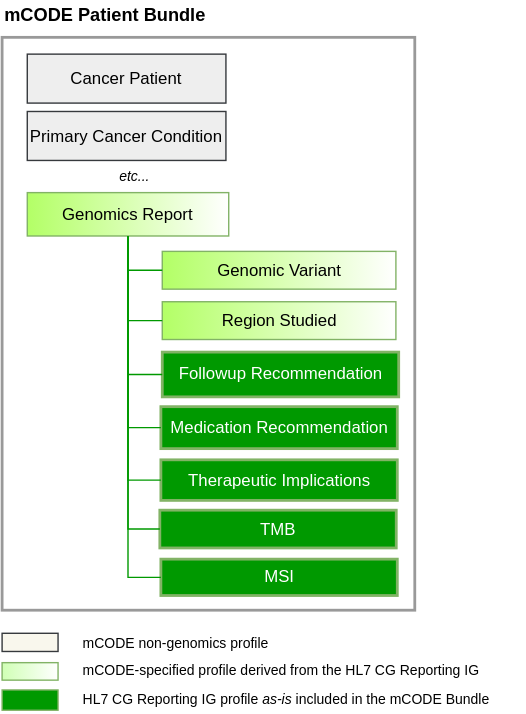
The draw.io diagram input/images/mcode-cg-overlap.svg in HL7/fhir-mCODE-ig, before a commit. Source tidied: cells renumbered, new cells last; positions are measured from the earlier drawing's top-left corner, leaving out a move shared by most shapes. The source it was exported from:
```xml
<mxGraphModel>
  <root>
    <mxCell id="0" />
    <mxCell id="1" parent="0" />
    <mxCell id="2" style="rounded=0;whiteSpace=wrap;html=1;strokeWidth=2;fontSize=10;fontColor=#FFFFFF;align=left;fillColor=none;strokeColor=#999999;" parent="1" vertex="1">
      <mxGeometry y="26" width="295" height="409.5" as="geometry" />
    </mxCell>
    <mxCell id="3" value="Genomic Variant" style="rounded=0;whiteSpace=wrap;html=1;strokeColor=#82b366;gradientDirection=east;fillColor=#B3FF66;gradientColor=#FFFFFF;" parent="1" vertex="1">
      <mxGeometry x="114.5" y="179" width="167" height="27" as="geometry" />
    </mxCell>
    <mxCell id="4" value="Medication Recommendation" style="rounded=0;whiteSpace=wrap;html=1;strokeColor=#82b366;strokeWidth=2;gradientDirection=east;fontColor=#FFFFFF;fillColor=#009900;" parent="1" vertex="1">
      <mxGeometry x="113.5" y="290" width="169" height="30" as="geometry" />
    </mxCell>
    <mxCell id="5" style="edgeStyle=orthogonalEdgeStyle;rounded=0;jettySize=auto;html=1;entryX=0;entryY=0.5;entryDx=0;entryDy=0;endArrow=none;endFill=0;strokeWidth=1;fontSize=15;jumpStyle=arc;fontColor=#00994D;fillColor=#fa6800;strokeColor=#009900;" parent="1" edge="1" source="7" target="3">
      <mxGeometry relative="1" as="geometry" />
    </mxCell>
    <mxCell id="6" style="edgeStyle=orthogonalEdgeStyle;rounded=0;jettySize=auto;html=1;entryX=0;entryY=0.5;entryDx=0;entryDy=0;endArrow=none;endFill=0;strokeWidth=1;fontSize=15;jumpStyle=arc;fillColor=#fa6800;strokeColor=#009900;" parent="1" edge="1" source="7" target="4">
      <mxGeometry relative="1" as="geometry" />
    </mxCell>
    <mxCell id="7" value="Genomics Report" style="rounded=0;whiteSpace=wrap;html=1;strokeColor=#82b366;gradientDirection=east;gradientColor=#FFFFFF;fillColor=#B3FF66;" parent="1" vertex="1">
      <mxGeometry x="18" y="137" width="144" height="31" as="geometry" />
    </mxCell>
    <mxCell id="8" value="TMB" style="rounded=0;whiteSpace=wrap;html=1;strokeColor=#82b366;strokeWidth=2;fontColor=#FFFFFF;fillColor=#009900;" parent="1" vertex="1">
      <mxGeometry x="112.8" y="364" width="169" height="27" as="geometry" />
    </mxCell>
    <mxCell id="9" style="rounded=0;whiteSpace=wrap;html=1;strokeColor=#82b366;gradientDirection=east;fillColor=#D0FFB5;gradientColor=#FFFFFF;" parent="1" vertex="1">
      <mxGeometry y="473" width="40" height="12.5" as="geometry" />
    </mxCell>
    <mxCell id="10" style="rounded=0;whiteSpace=wrap;html=1;strokeColor=#82b366;strokeWidth=1;gradientDirection=east;fillColor=#009900;" parent="1" vertex="1">
      <mxGeometry y="492.5" width="40" height="14.5" as="geometry" />
    </mxCell>
    <mxCell id="11" value="mCODE-specified profile derived from the HL7 CG Reporting IG" style="text;html=1;strokeColor=none;fillColor=none;align=left;verticalAlign=middle;whiteSpace=wrap;rounded=0;dashed=1;fontSize=10;" parent="1" vertex="1">
      <mxGeometry x="56" y="468" width="292" height="20" as="geometry" />
    </mxCell>
    <mxCell id="12" value="HL7 CG Reporting IG profile &lt;i&gt;as-is&lt;/i&gt; included in the mCODE Bundle" style="text;html=1;strokeColor=none;fillColor=none;align=left;verticalAlign=middle;whiteSpace=wrap;rounded=0;dashed=1;fontSize=10;" parent="1" vertex="1">
      <mxGeometry x="56" y="489" width="298" height="20" as="geometry" />
    </mxCell>
    <mxCell id="13" value="MSI" style="rounded=0;whiteSpace=wrap;html=1;strokeColor=#82b366;strokeWidth=2;fontColor=#FFFFFF;fillColor=#009900;" parent="1" vertex="1">
      <mxGeometry x="113.5" y="399" width="169" height="26" as="geometry" />
    </mxCell>
    <mxCell id="14" style="edgeStyle=orthogonalEdgeStyle;rounded=0;jettySize=auto;html=1;entryX=0;entryY=0.5;entryDx=0;entryDy=0;endArrow=none;endFill=0;strokeWidth=1;fontSize=15;jumpStyle=arc;exitX=0.5;exitY=1;exitDx=0;exitDy=0;fontColor=#00994D;fillColor=#fa6800;strokeColor=#009900;" parent="1" edge="1" source="7" target="8">
      <mxGeometry relative="1" as="geometry" />
    </mxCell>
    <mxCell id="15" style="edgeStyle=orthogonalEdgeStyle;rounded=0;jettySize=auto;html=1;entryX=0;entryY=0.5;entryDx=0;entryDy=0;endArrow=none;endFill=0;strokeWidth=1;fontSize=15;jumpStyle=arc;exitX=0.5;exitY=1;exitDx=0;exitDy=0;fontColor=#00994D;fillColor=#fa6800;strokeColor=#009900;" parent="1" edge="1" source="7" target="13">
      <mxGeometry relative="1" as="geometry" />
    </mxCell>
    <mxCell id="16" value="Region Studied" style="rounded=0;whiteSpace=wrap;html=1;strokeColor=#82b366;gradientDirection=east;gradientColor=#FFFFFF;fillColor=#B3FF66;" parent="1" vertex="1">
      <mxGeometry x="114.5" y="215" width="167" height="27" as="geometry" />
    </mxCell>
    <mxCell id="17" style="edgeStyle=orthogonalEdgeStyle;rounded=0;jettySize=auto;html=1;entryX=0;entryY=0.5;entryDx=0;entryDy=0;endArrow=none;endFill=0;strokeWidth=1;fontSize=15;jumpStyle=arc;fontColor=#00994D;fillColor=#fa6800;strokeColor=#009900;exitX=0.5;exitY=1;exitDx=0;exitDy=0;" parent="1" edge="1" source="7" target="16">
      <mxGeometry relative="1" as="geometry" />
    </mxCell>
    <mxCell id="18" value="Therapeutic Implications" style="rounded=0;whiteSpace=wrap;html=1;strokeColor=#82b366;strokeWidth=2;fontColor=#FFFFFF;fillColor=#009900;" parent="1" vertex="1">
      <mxGeometry x="113.5" y="328" width="169" height="29" as="geometry" />
    </mxCell>
    <mxCell id="19" style="edgeStyle=orthogonalEdgeStyle;rounded=0;jettySize=auto;html=1;entryX=0;entryY=0.5;entryDx=0;entryDy=0;endArrow=none;endFill=0;strokeWidth=1;fontSize=15;jumpStyle=arc;fillColor=#fa6800;strokeColor=#009900;exitX=0.5;exitY=1;exitDx=0;exitDy=0;" parent="1" edge="1" source="7" target="18">
      <mxGeometry relative="1" as="geometry" />
    </mxCell>
    <mxCell id="20" value="Cancer Patient" style="rounded=0;whiteSpace=wrap;html=1;strokeColor=#36393d;gradientDirection=east;fillColor=#eeeeee;" parent="1" vertex="1">
      <mxGeometry x="18" y="38" width="142" height="35" as="geometry" />
    </mxCell>
    <mxCell id="21" value="Primary Cancer Condition" style="rounded=0;whiteSpace=wrap;html=1;strokeColor=#36393d;gradientDirection=east;fillColor=#eeeeee;" parent="1" vertex="1">
      <mxGeometry x="18" y="79" width="142" height="35" as="geometry" />
    </mxCell>
    <mxCell id="22" value="etc..." style="text;html=1;strokeColor=none;fillColor=none;align=center;verticalAlign=middle;whiteSpace=wrap;rounded=0;fontSize=10;fontColor=#000000;fontStyle=2;" parent="1" vertex="1">
      <mxGeometry x="75" y="115" width="40" height="20" as="geometry" />
    </mxCell>
    <mxCell id="23" value="mCODE non-genomics profile" style="text;html=1;strokeColor=none;fillColor=none;align=left;verticalAlign=middle;whiteSpace=wrap;rounded=0;dashed=1;fontSize=10;" parent="1" vertex="1">
      <mxGeometry x="56" y="449" width="318" height="20" as="geometry" />
    </mxCell>
    <mxCell id="24" style="rounded=0;whiteSpace=wrap;html=1;strokeColor=#36393d;gradientDirection=east;fillColor=#f9f7ed;" parent="1" vertex="1">
      <mxGeometry y="452" width="40" height="13" as="geometry" />
    </mxCell>
    <mxCell id="25" value="Followup Recommendation" style="rounded=0;whiteSpace=wrap;html=1;strokeColor=#82b366;strokeWidth=2;gradientDirection=east;fontColor=#FFFFFF;fillColor=#009900;" parent="1" vertex="1">
      <mxGeometry x="114.5" y="251" width="169" height="32" as="geometry" />
    </mxCell>
    <mxCell id="26" style="edgeStyle=orthogonalEdgeStyle;rounded=0;jettySize=auto;html=1;entryX=0;entryY=0.5;entryDx=0;entryDy=0;endArrow=none;endFill=0;strokeWidth=1;fontSize=15;jumpStyle=arc;fontColor=#00994D;fillColor=#fa6800;strokeColor=#009900;exitX=0.5;exitY=1;exitDx=0;exitDy=0;" parent="1" edge="1" source="7" target="25">
      <mxGeometry relative="1" as="geometry" />
    </mxCell>
    <mxCell id="27" value="mCODE Patient Bundle" style="text;html=1;strokeColor=none;fillColor=none;align=left;verticalAlign=middle;whiteSpace=wrap;rounded=0;fontSize=13;fontStyle=1;" parent="1" vertex="1">
      <mxGeometry width="173" height="20" as="geometry" />
    </mxCell>
  </root>
</mxGraphModel>
```
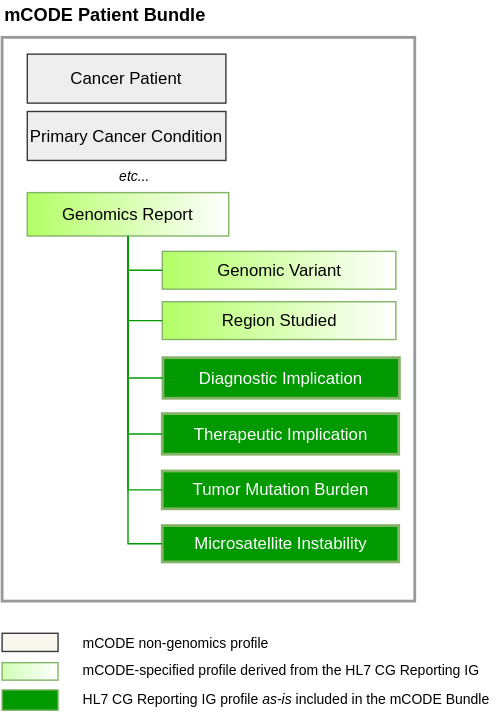
Above is the later version.

The edit, as a diff of the source:
```diff
@@ -3,25 +3,19 @@
     <mxCell id="0" />
     <mxCell id="1" parent="0" />
     <mxCell id="2" style="rounded=0;whiteSpace=wrap;html=1;strokeWidth=2;fontSize=10;fontColor=#FFFFFF;align=left;fillColor=none;strokeColor=#999999;" parent="1" vertex="1">
-      <mxGeometry y="26" width="295" height="409.5" as="geometry" />
+      <mxGeometry y="26" width="295" height="403" as="geometry" />
     </mxCell>
     <mxCell id="3" value="Genomic Variant" style="rounded=0;whiteSpace=wrap;html=1;strokeColor=#82b366;gradientDirection=east;fillColor=#B3FF66;gradientColor=#FFFFFF;" parent="1" vertex="1">
       <mxGeometry x="114.5" y="179" width="167" height="27" as="geometry" />
     </mxCell>
-    <mxCell id="4" value="Medication Recommendation" style="rounded=0;whiteSpace=wrap;html=1;strokeColor=#82b366;strokeWidth=2;gradientDirection=east;fontColor=#FFFFFF;fillColor=#009900;" parent="1" vertex="1">
-      <mxGeometry x="113.5" y="290" width="169" height="30" as="geometry" />
-    </mxCell>
     <mxCell id="5" style="edgeStyle=orthogonalEdgeStyle;rounded=0;jettySize=auto;html=1;entryX=0;entryY=0.5;entryDx=0;entryDy=0;endArrow=none;endFill=0;strokeWidth=1;fontSize=15;jumpStyle=arc;fontColor=#00994D;fillColor=#fa6800;strokeColor=#009900;" parent="1" edge="1" source="7" target="3">
       <mxGeometry relative="1" as="geometry" />
     </mxCell>
-    <mxCell id="6" style="edgeStyle=orthogonalEdgeStyle;rounded=0;jettySize=auto;html=1;entryX=0;entryY=0.5;entryDx=0;entryDy=0;endArrow=none;endFill=0;strokeWidth=1;fontSize=15;jumpStyle=arc;fillColor=#fa6800;strokeColor=#009900;" parent="1" edge="1" source="7" target="4">
-      <mxGeometry relative="1" as="geometry" />
-    </mxCell>
     <mxCell id="7" value="Genomics Report" style="rounded=0;whiteSpace=wrap;html=1;strokeColor=#82b366;gradientDirection=east;gradientColor=#FFFFFF;fillColor=#B3FF66;" parent="1" vertex="1">
       <mxGeometry x="18" y="137" width="144" height="31" as="geometry" />
     </mxCell>
-    <mxCell id="8" value="TMB" style="rounded=0;whiteSpace=wrap;html=1;strokeColor=#82b366;strokeWidth=2;fontColor=#FFFFFF;fillColor=#009900;" parent="1" vertex="1">
-      <mxGeometry x="112.8" y="364" width="169" height="27" as="geometry" />
+    <mxCell id="8" value="Tumor Mutation Burden" style="rounded=0;whiteSpace=wrap;html=1;strokeColor=#82b366;strokeWidth=2;fontColor=#FFFFFF;fillColor=#009900;" parent="1" vertex="1">
+      <mxGeometry x="114.5" y="336" width="169" height="27" as="geometry" />
     </mxCell>
     <mxCell id="9" style="rounded=0;whiteSpace=wrap;html=1;strokeColor=#82b366;gradientDirection=east;fillColor=#D0FFB5;gradientColor=#FFFFFF;" parent="1" vertex="1">
       <mxGeometry y="473" width="40" height="12.5" as="geometry" />
@@ -35,8 +29,8 @@
     <mxCell id="12" value="HL7 CG Reporting IG profile &lt;i&gt;as-is&lt;/i&gt; included in the mCODE Bundle" style="text;html=1;strokeColor=none;fillColor=none;align=left;verticalAlign=middle;whiteSpace=wrap;rounded=0;dashed=1;fontSize=10;" parent="1" vertex="1">
       <mxGeometry x="56" y="489" width="298" height="20" as="geometry" />
     </mxCell>
-    <mxCell id="13" value="MSI" style="rounded=0;whiteSpace=wrap;html=1;strokeColor=#82b366;strokeWidth=2;fontColor=#FFFFFF;fillColor=#009900;" parent="1" vertex="1">
-      <mxGeometry x="113.5" y="399" width="169" height="26" as="geometry" />
+    <mxCell id="13" value="Microsatellite Instability" style="rounded=0;whiteSpace=wrap;html=1;strokeColor=#82b366;strokeWidth=2;fontColor=#FFFFFF;fillColor=#009900;" parent="1" vertex="1">
+      <mxGeometry x="114.5" y="375" width="169" height="26" as="geometry" />
     </mxCell>
     <mxCell id="14" style="edgeStyle=orthogonalEdgeStyle;rounded=0;jettySize=auto;html=1;entryX=0;entryY=0.5;entryDx=0;entryDy=0;endArrow=none;endFill=0;strokeWidth=1;fontSize=15;jumpStyle=arc;exitX=0.5;exitY=1;exitDx=0;exitDy=0;fontColor=#00994D;fillColor=#fa6800;strokeColor=#009900;" parent="1" edge="1" source="7" target="8">
       <mxGeometry relative="1" as="geometry" />
@@ -50,8 +44,8 @@
     <mxCell id="17" style="edgeStyle=orthogonalEdgeStyle;rounded=0;jettySize=auto;html=1;entryX=0;entryY=0.5;entryDx=0;entryDy=0;endArrow=none;endFill=0;strokeWidth=1;fontSize=15;jumpStyle=arc;fontColor=#00994D;fillColor=#fa6800;strokeColor=#009900;exitX=0.5;exitY=1;exitDx=0;exitDy=0;" parent="1" edge="1" source="7" target="16">
       <mxGeometry relative="1" as="geometry" />
     </mxCell>
-    <mxCell id="18" value="Therapeutic Implications" style="rounded=0;whiteSpace=wrap;html=1;strokeColor=#82b366;strokeWidth=2;fontColor=#FFFFFF;fillColor=#009900;" parent="1" vertex="1">
-      <mxGeometry x="113.5" y="328" width="169" height="29" as="geometry" />
+    <mxCell id="18" value="Therapeutic Implication" style="rounded=0;whiteSpace=wrap;html=1;strokeColor=#82b366;strokeWidth=2;fontColor=#FFFFFF;fillColor=#009900;" parent="1" vertex="1">
+      <mxGeometry x="114.5" y="295" width="169" height="29" as="geometry" />
     </mxCell>
     <mxCell id="19" style="edgeStyle=orthogonalEdgeStyle;rounded=0;jettySize=auto;html=1;entryX=0;entryY=0.5;entryDx=0;entryDy=0;endArrow=none;endFill=0;strokeWidth=1;fontSize=15;jumpStyle=arc;fillColor=#fa6800;strokeColor=#009900;exitX=0.5;exitY=1;exitDx=0;exitDy=0;" parent="1" edge="1" source="7" target="18">
       <mxGeometry relative="1" as="geometry" />
@@ -66,19 +60,19 @@
       <mxGeometry x="75" y="115" width="40" height="20" as="geometry" />
     </mxCell>
     <mxCell id="23" value="mCODE non-genomics profile" style="text;html=1;strokeColor=none;fillColor=none;align=left;verticalAlign=middle;whiteSpace=wrap;rounded=0;dashed=1;fontSize=10;" parent="1" vertex="1">
-      <mxGeometry x="56" y="449" width="318" height="20" as="geometry" />
+      <mxGeometry x="56" y="449" width="202" height="20" as="geometry" />
     </mxCell>
     <mxCell id="24" style="rounded=0;whiteSpace=wrap;html=1;strokeColor=#36393d;gradientDirection=east;fillColor=#f9f7ed;" parent="1" vertex="1">
       <mxGeometry y="452" width="40" height="13" as="geometry" />
     </mxCell>
-    <mxCell id="25" value="Followup Recommendation" style="rounded=0;whiteSpace=wrap;html=1;strokeColor=#82b366;strokeWidth=2;gradientDirection=east;fontColor=#FFFFFF;fillColor=#009900;" parent="1" vertex="1">
-      <mxGeometry x="114.5" y="251" width="169" height="32" as="geometry" />
-    </mxCell>
-    <mxCell id="26" style="edgeStyle=orthogonalEdgeStyle;rounded=0;jettySize=auto;html=1;entryX=0;entryY=0.5;entryDx=0;entryDy=0;endArrow=none;endFill=0;strokeWidth=1;fontSize=15;jumpStyle=arc;fontColor=#00994D;fillColor=#fa6800;strokeColor=#009900;exitX=0.5;exitY=1;exitDx=0;exitDy=0;" parent="1" edge="1" source="7" target="25">
-      <mxGeometry relative="1" as="geometry" />
-    </mxCell>
     <mxCell id="27" value="mCODE Patient Bundle" style="text;html=1;strokeColor=none;fillColor=none;align=left;verticalAlign=middle;whiteSpace=wrap;rounded=0;fontSize=13;fontStyle=1;" parent="1" vertex="1">
       <mxGeometry width="173" height="20" as="geometry" />
     </mxCell>
+    <mxCell id="28" value="Diagnostic Implication" style="rounded=0;whiteSpace=wrap;html=1;strokeColor=#82b366;strokeWidth=2;fontColor=#FFFFFF;fillColor=#009900;" parent="1" vertex="1">
+      <mxGeometry x="115" y="255" width="169" height="29" as="geometry" />
+    </mxCell>
+    <mxCell id="29" style="edgeStyle=orthogonalEdgeStyle;rounded=0;jettySize=auto;html=1;entryX=0;entryY=0.5;entryDx=0;entryDy=0;endArrow=none;endFill=0;strokeWidth=1;fontSize=15;jumpStyle=arc;fontColor=#00994D;fillColor=#fa6800;strokeColor=#009900;exitX=0.5;exitY=1;exitDx=0;exitDy=0;" parent="1" edge="1" source="7" target="28">
+      <mxGeometry relative="1" as="geometry" />
+    </mxCell>
   </root>
 </mxGraphModel>
```
